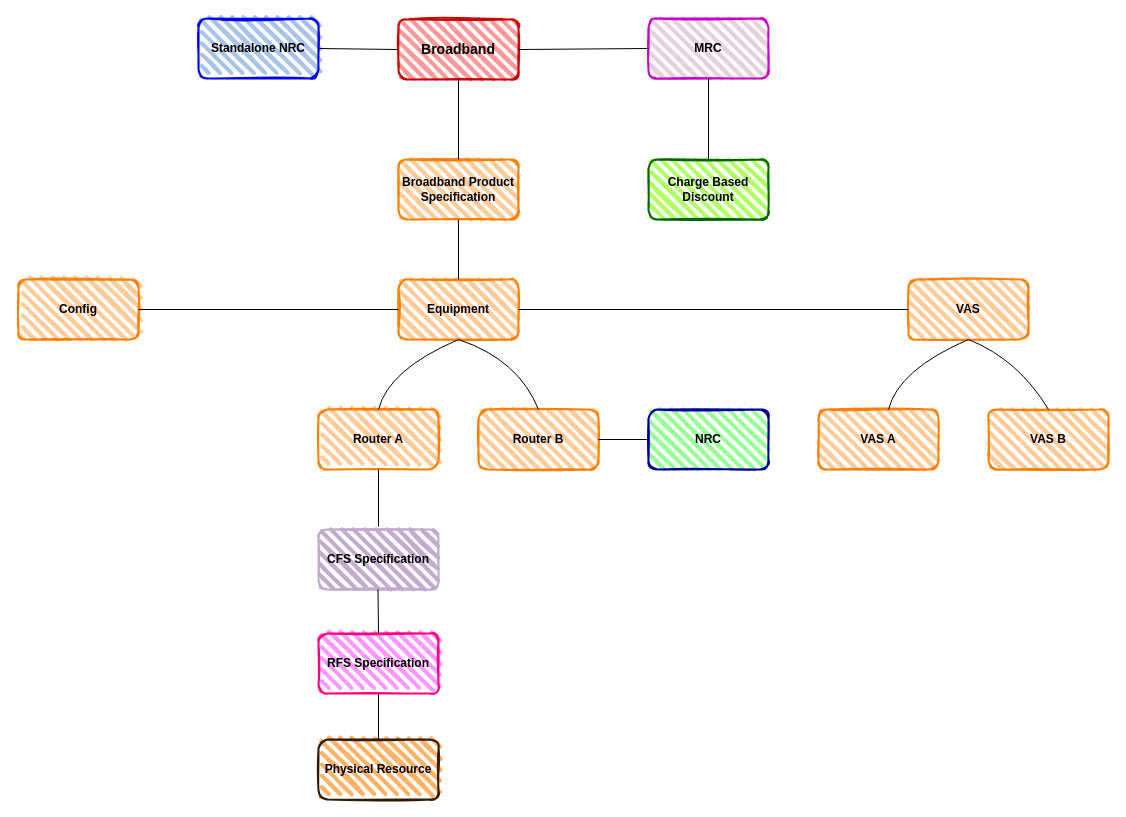
kerwinlfoncs/LogicalModels keeps this draw.io diagram as page "Broadband" (2 of 2) of LogicalModel (7).drawio. Above is the earlier version. Source tidied: cells renumbered, new cells numbered last; positions are measured from the earlier drawing's top-left corner, leaving out a move shared by most shapes. Both pictures are drawn from the tidied source at 100%, with x=0, y=0 at pixel (18, 18).
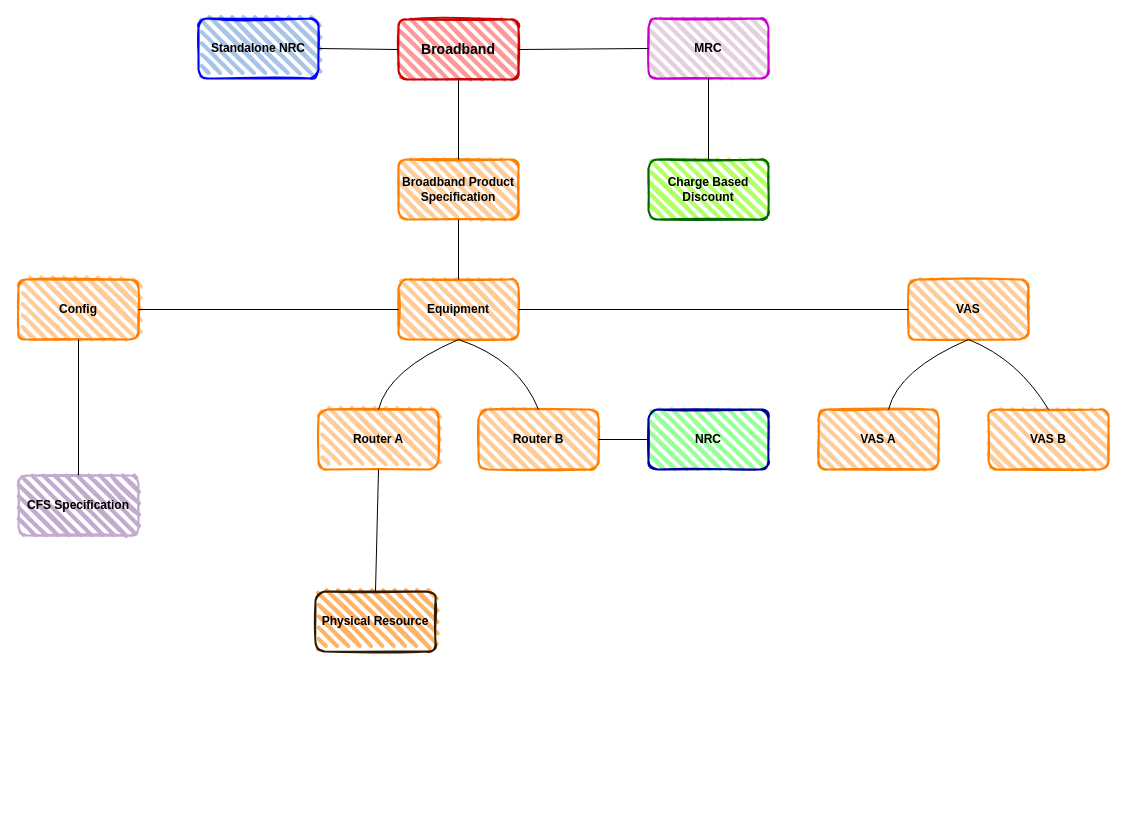
The same page after the edit.

The change refers to these unchanged cells:
```xml
<mxCell id="9" value="&lt;b&gt;Config&lt;/b&gt;" style="rounded=1;whiteSpace=wrap;html=1;strokeWidth=2;fillWeight=4;hachureGap=8;hachureAngle=45;fillColor=#FFCC99;sketch=1;strokeColor=#FF8000;" parent="1" vertex="1">
  <mxGeometry y="261" width="120" height="60" as="geometry" />
</mxCell>
<mxCell id="13" value="&lt;b&gt;Router A&lt;/b&gt;" style="rounded=1;whiteSpace=wrap;html=1;strokeWidth=2;fillWeight=4;hachureGap=8;hachureAngle=45;fillColor=#FFCC99;sketch=1;strokeColor=#FF8000;" parent="1" vertex="1">
  <mxGeometry x="300" y="391" width="120" height="60" as="geometry" />
</mxCell>
```

Change to the diagram source:
```diff
@@
     <mxCell id="10" value="&lt;b&gt;CFS Specification&lt;/b&gt;" style="rounded=1;whiteSpace=wrap;html=1;strokeWidth=2;fillWeight=4;hachureGap=8;hachureAngle=45;fillColor=#C3ABD0;sketch=1;strokeColor=#C3ABD0;" parent="1" vertex="1">
-      <mxGeometry x="300" y="511" width="120" height="60" as="geometry" />
+      <mxGeometry y="457" width="120" height="60" as="geometry" />
     </mxCell>
-    <mxCell id="11" value="&lt;b&gt;RFS Specification&lt;/b&gt;" style="rounded=1;whiteSpace=wrap;html=1;strokeWidth=2;fillWeight=4;hachureGap=8;hachureAngle=45;fillColor=#FF99FF;sketch=1;strokeColor=#FF0080;" parent="1" vertex="1">
-      <mxGeometry x="300" y="615" width="120" height="60" as="geometry" />
-    </mxCell>
     <mxCell id="12" value="&lt;b&gt;Physical Resource&lt;/b&gt;" style="rounded=1;whiteSpace=wrap;html=1;strokeWidth=2;fillWeight=4;hachureGap=8;hachureAngle=45;fillColor=#FFB366;sketch=1;strokeColor=#331A00;" parent="1" vertex="1">
-      <mxGeometry x="300" y="721" width="120" height="60" as="geometry" />
+      <mxGeometry x="297" y="573" width="120" height="60" as="geometry" />
     </mxCell>
@@
-    <mxCell id="26" style="endArrow=none;html=1;fontColor=#000000;entryX=0.5;entryY=1;entryDx=0;entryDy=0;" parent="1" edge="1" target="13">
-      <mxGeometry relative="1" as="geometry">
-        <mxPoint x="360" y="508" as="sourcePoint" />
-      </mxGeometry>
-    </mxCell>
-    <mxCell id="27" style="endArrow=none;html=1;fontColor=#000000;entryX=0.5;entryY=1;entryDx=0;entryDy=0;exitX=0.5;exitY=0;exitDx=0;exitDy=0;" parent="1" edge="1" source="11">
-      <mxGeometry relative="1" as="geometry">
-        <mxPoint x="359.5" y="571" as="targetPoint" />
-      </mxGeometry>
+    <mxCell id="27" style="endArrow=none;html=1;fontColor=#000000;entryX=0.5;entryY=1;entryDx=0;entryDy=0;exitX=0.5;exitY=0;exitDx=0;exitDy=0;" parent="1" edge="1" source="10" target="9">
+      <mxGeometry relative="1" as="geometry" />
     </mxCell>
-    <mxCell id="28" style="endArrow=none;html=1;fontColor=#000000;entryX=0.5;entryY=1;entryDx=0;entryDy=0;exitX=0.5;exitY=0;exitDx=0;exitDy=0;" parent="1" edge="1" source="12" target="11">
+    <mxCell id="28" style="endArrow=none;html=1;fontColor=#000000;entryX=0.5;entryY=1;entryDx=0;entryDy=0;exitX=0.5;exitY=0;exitDx=0;exitDy=0;" parent="1" edge="1" source="12" target="13">
       <mxGeometry relative="1" as="geometry" />
     </mxCell>
```
